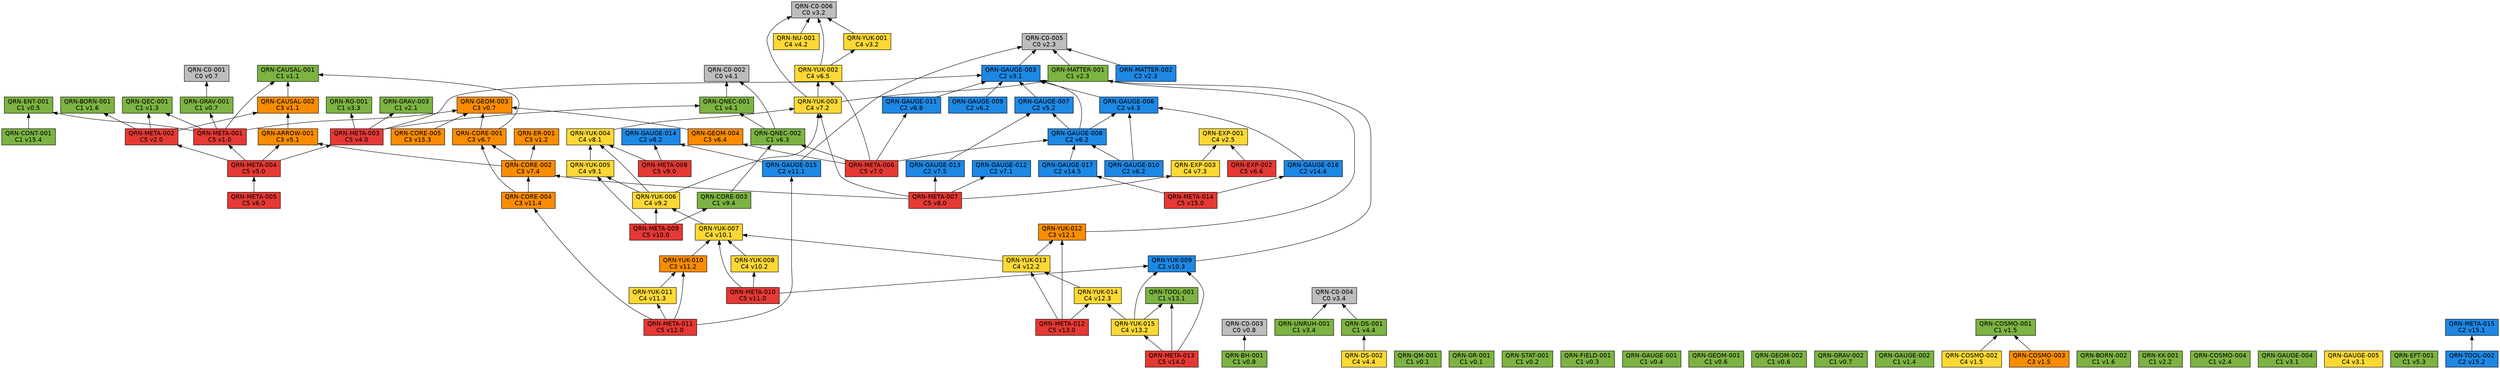
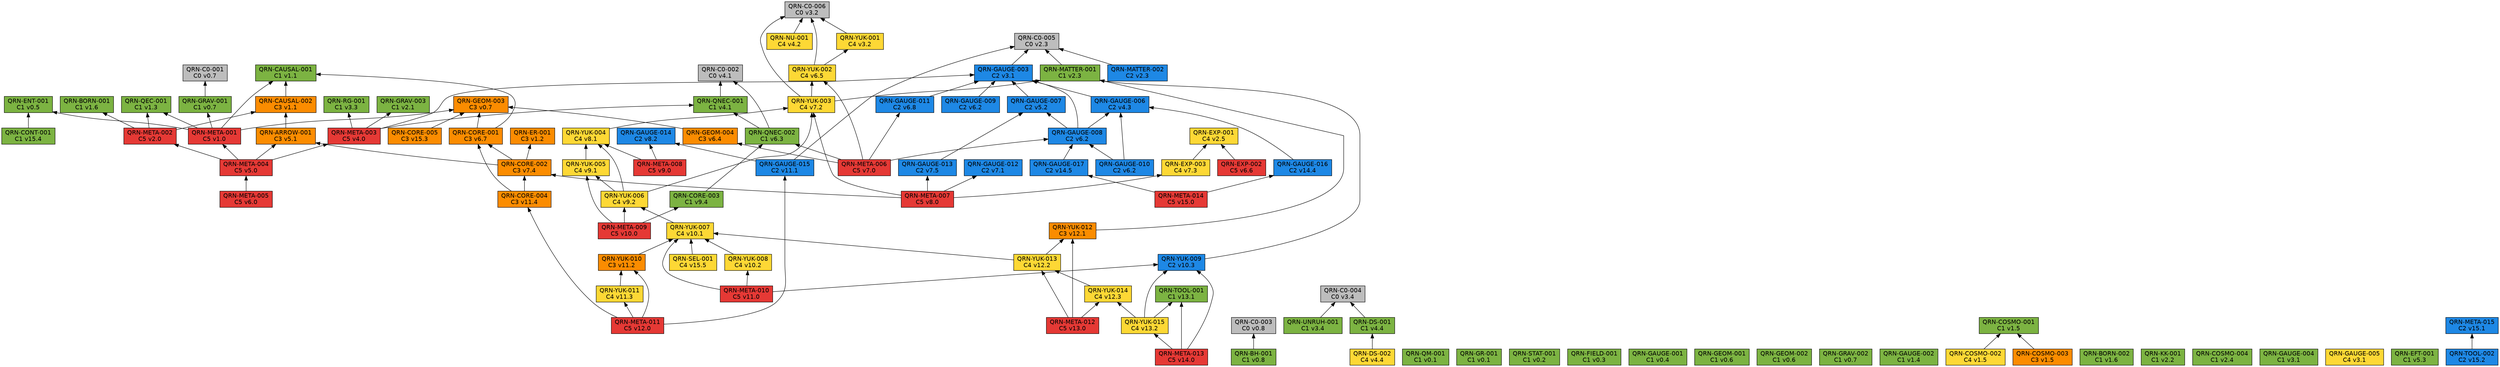
// 自動生成 (dag/report.pl) — QRN 主張依存グラフ
digraph qrn {
  rankdir=BT;
  node [shape=box, style=filled, fontname="Helvetica"];
  "QRN-C0-001" [fillcolor="#bdbdbd", label="QRN-C0-001\nC0 v0.7"];
  "QRN-C0-002" [fillcolor="#bdbdbd", label="QRN-C0-002\nC0 v4.1"];
  "QRN-C0-003" [fillcolor="#bdbdbd", label="QRN-C0-003\nC0 v0.8"];
  "QRN-C0-004" [fillcolor="#bdbdbd", label="QRN-C0-004\nC0 v3.4"];
  "QRN-C0-005" [fillcolor="#bdbdbd", label="QRN-C0-005\nC0 v2.3"];
  "QRN-C0-006" [fillcolor="#bdbdbd", label="QRN-C0-006\nC0 v3.2"];
  "QRN-QM-001" [fillcolor="#7cb342", label="QRN-QM-001\nC1 v0.1"];
  "QRN-GR-001" [fillcolor="#7cb342", label="QRN-GR-001\nC1 v0.1"];
  "QRN-STAT-001" [fillcolor="#7cb342", label="QRN-STAT-001\nC1 v0.2"];
  "QRN-FIELD-001" [fillcolor="#7cb342", label="QRN-FIELD-001\nC1 v0.3"];
  "QRN-GAUGE-001" [fillcolor="#7cb342", label="QRN-GAUGE-001\nC1 v0.4"];
  "QRN-ENT-001" [fillcolor="#7cb342", label="QRN-ENT-001\nC1 v0.5"];
  "QRN-GEOM-001" [fillcolor="#7cb342", label="QRN-GEOM-001\nC1 v0.6"];
  "QRN-GEOM-002" [fillcolor="#7cb342", label="QRN-GEOM-002\nC1 v0.6"];
  "QRN-GEOM-003" [fillcolor="#fb8c00", label="QRN-GEOM-003\nC3 v0.7"];
  "QRN-GRAV-001" [fillcolor="#7cb342", label="QRN-GRAV-001\nC1 v0.7"];
  "QRN-GRAV-002" [fillcolor="#7cb342", label="QRN-GRAV-002\nC1 v0.7"];
  "QRN-BH-001" [fillcolor="#7cb342", label="QRN-BH-001\nC1 v0.8"];
  "QRN-CAUSAL-001" [fillcolor="#7cb342", label="QRN-CAUSAL-001\nC1 v1.1"];
  "QRN-CAUSAL-002" [fillcolor="#fb8c00", label="QRN-CAUSAL-002\nC3 v1.1"];
  "QRN-ER-001" [fillcolor="#fb8c00", label="QRN-ER-001\nC3 v1.2"];
  "QRN-QEC-001" [fillcolor="#7cb342", label="QRN-QEC-001\nC1 v1.3"];
  "QRN-GAUGE-002" [fillcolor="#7cb342", label="QRN-GAUGE-002\nC1 v1.4"];
  "QRN-COSMO-001" [fillcolor="#7cb342", label="QRN-COSMO-001\nC1 v1.5"];
  "QRN-COSMO-002" [fillcolor="#fdd835", label="QRN-COSMO-002\nC4 v1.5"];
  "QRN-COSMO-003" [fillcolor="#fb8c00", label="QRN-COSMO-003\nC3 v1.5"];
  "QRN-BORN-001" [fillcolor="#7cb342", label="QRN-BORN-001\nC1 v1.6"];
  "QRN-BORN-002" [fillcolor="#7cb342", label="QRN-BORN-002\nC1 v1.6"];
  "QRN-GRAV-003" [fillcolor="#7cb342", label="QRN-GRAV-003\nC1 v2.1"];
  "QRN-KK-001" [fillcolor="#7cb342", label="QRN-KK-001\nC1 v2.2"];
  "QRN-MATTER-001" [fillcolor="#7cb342", label="QRN-MATTER-001\nC1 v2.3"];
  "QRN-MATTER-002" [fillcolor="#1e88e5", label="QRN-MATTER-002\nC2 v2.3"];
  "QRN-COSMO-004" [fillcolor="#7cb342", label="QRN-COSMO-004\nC1 v2.4"];
  "QRN-EXP-001" [fillcolor="#fdd835", label="QRN-EXP-001\nC4 v2.5"];
  "QRN-GAUGE-003" [fillcolor="#1e88e5", label="QRN-GAUGE-003\nC2 v3.1"];
  "QRN-GAUGE-004" [fillcolor="#7cb342", label="QRN-GAUGE-004\nC1 v3.1"];
  "QRN-GAUGE-005" [fillcolor="#fdd835", label="QRN-GAUGE-005\nC4 v3.1"];
  "QRN-YUK-001" [fillcolor="#fdd835", label="QRN-YUK-001\nC4 v3.2"];
  "QRN-RG-001" [fillcolor="#7cb342", label="QRN-RG-001\nC1 v3.3"];
  "QRN-UNRUH-001" [fillcolor="#7cb342", label="QRN-UNRUH-001\nC1 v3.4"];
  "QRN-QNEC-001" [fillcolor="#7cb342", label="QRN-QNEC-001\nC1 v4.1"];
  "QRN-NU-001" [fillcolor="#fdd835", label="QRN-NU-001\nC4 v4.2"];
  "QRN-GAUGE-006" [fillcolor="#1e88e5", label="QRN-GAUGE-006\nC2 v4.3"];
  "QRN-DS-001" [fillcolor="#7cb342", label="QRN-DS-001\nC1 v4.4"];
  "QRN-DS-002" [fillcolor="#fdd835", label="QRN-DS-002\nC4 v4.4"];
  "QRN-ARROW-001" [fillcolor="#fb8c00", label="QRN-ARROW-001\nC3 v5.1"];
  "QRN-GAUGE-007" [fillcolor="#1e88e5", label="QRN-GAUGE-007\nC2 v5.2"];
  "QRN-EFT-001" [fillcolor="#7cb342", label="QRN-EFT-001\nC1 v5.3"];
  "QRN-GAUGE-008" [fillcolor="#1e88e5", label="QRN-GAUGE-008\nC2 v6.2"];
  "QRN-GAUGE-009" [fillcolor="#1e88e5", label="QRN-GAUGE-009\nC2 v6.2"];
  "QRN-GAUGE-010" [fillcolor="#1e88e5", label="QRN-GAUGE-010\nC2 v6.2"];
  "QRN-QNEC-002" [fillcolor="#7cb342", label="QRN-QNEC-002\nC1 v6.3"];
  "QRN-GEOM-004" [fillcolor="#fb8c00", label="QRN-GEOM-004\nC3 v6.4"];
  "QRN-YUK-002" [fillcolor="#fdd835", label="QRN-YUK-002\nC4 v6.5"];
  "QRN-EXP-002" [fillcolor="#e53935", label="QRN-EXP-002\nC5 v6.6"];
  "QRN-CORE-001" [fillcolor="#fb8c00", label="QRN-CORE-001\nC3 v6.7"];
  "QRN-GAUGE-011" [fillcolor="#1e88e5", label="QRN-GAUGE-011\nC2 v6.8"];
  "QRN-GAUGE-012" [fillcolor="#1e88e5", label="QRN-GAUGE-012\nC2 v7.1"];
  "QRN-YUK-003" [fillcolor="#fdd835", label="QRN-YUK-003\nC4 v7.2"];
  "QRN-EXP-003" [fillcolor="#fdd835", label="QRN-EXP-003\nC4 v7.3"];
  "QRN-CORE-002" [fillcolor="#fb8c00", label="QRN-CORE-002\nC3 v7.4"];
  "QRN-GAUGE-013" [fillcolor="#1e88e5", label="QRN-GAUGE-013\nC2 v7.5"];
  "QRN-YUK-004" [fillcolor="#fdd835", label="QRN-YUK-004\nC4 v8.1"];
  "QRN-GAUGE-014" [fillcolor="#1e88e5", label="QRN-GAUGE-014\nC2 v8.2"];
  "QRN-META-001" [fillcolor="#e53935", label="QRN-META-001\nC5 v1.0"];
  "QRN-META-002" [fillcolor="#e53935", label="QRN-META-002\nC5 v2.0"];
  "QRN-META-003" [fillcolor="#e53935", label="QRN-META-003\nC5 v4.0"];
  "QRN-META-004" [fillcolor="#e53935", label="QRN-META-004\nC5 v5.0"];
  "QRN-META-005" [fillcolor="#e53935", label="QRN-META-005\nC5 v6.0"];
  "QRN-META-006" [fillcolor="#e53935", label="QRN-META-006\nC5 v7.0"];
  "QRN-META-007" [fillcolor="#e53935", label="QRN-META-007\nC5 v8.0"];
  "QRN-META-008" [fillcolor="#e53935", label="QRN-META-008\nC5 v9.0"];
  "QRN-YUK-005" [fillcolor="#fdd835", label="QRN-YUK-005\nC4 v9.1"];
  "QRN-YUK-006" [fillcolor="#fdd835", label="QRN-YUK-006\nC4 v9.2"];
  "QRN-CORE-003" [fillcolor="#7cb342", label="QRN-CORE-003\nC1 v9.4"];
  "QRN-META-009" [fillcolor="#e53935", label="QRN-META-009\nC5 v10.0"];
  "QRN-YUK-007" [fillcolor="#fdd835", label="QRN-YUK-007\nC4 v10.1"];
  "QRN-YUK-008" [fillcolor="#fdd835", label="QRN-YUK-008\nC4 v10.2"];
  "QRN-YUK-009" [fillcolor="#1e88e5", label="QRN-YUK-009\nC2 v10.3"];
  "QRN-META-010" [fillcolor="#e53935", label="QRN-META-010\nC5 v11.0"];
  "QRN-GAUGE-015" [fillcolor="#1e88e5", label="QRN-GAUGE-015\nC2 v11.1"];
  "QRN-YUK-010" [fillcolor="#fb8c00", label="QRN-YUK-010\nC3 v11.2"];
  "QRN-YUK-011" [fillcolor="#fdd835", label="QRN-YUK-011\nC4 v11.3"];
  "QRN-CORE-004" [fillcolor="#fb8c00", label="QRN-CORE-004\nC3 v11.4"];
  "QRN-META-011" [fillcolor="#e53935", label="QRN-META-011\nC5 v12.0"];
  "QRN-YUK-012" [fillcolor="#fb8c00", label="QRN-YUK-012\nC3 v12.1"];
  "QRN-YUK-013" [fillcolor="#fdd835", label="QRN-YUK-013\nC4 v12.2"];
  "QRN-YUK-014" [fillcolor="#fdd835", label="QRN-YUK-014\nC4 v12.3"];
  "QRN-META-012" [fillcolor="#e53935", label="QRN-META-012\nC5 v13.0"];
  "QRN-TOOL-001" [fillcolor="#7cb342", label="QRN-TOOL-001\nC1 v13.1"];
  "QRN-YUK-015" [fillcolor="#fdd835", label="QRN-YUK-015\nC4 v13.2"];
  "QRN-META-013" [fillcolor="#e53935", label="QRN-META-013\nC5 v14.0"];
  "QRN-GAUGE-016" [fillcolor="#1e88e5", label="QRN-GAUGE-016\nC2 v14.4"];
  "QRN-GAUGE-017" [fillcolor="#1e88e5", label="QRN-GAUGE-017\nC2 v14.5"];
  "QRN-META-014" [fillcolor="#e53935", label="QRN-META-014\nC5 v15.0"];
  "QRN-META-015" [fillcolor="#1e88e5", label="QRN-META-015\nC2 v15.1"];
  "QRN-TOOL-002" [fillcolor="#1e88e5", label="QRN-TOOL-002\nC2 v15.2"];
  "QRN-CORE-005" [fillcolor="#fb8c00", label="QRN-CORE-005\nC3 v15.3"];
  "QRN-CONT-001" [fillcolor="#7cb342", label="QRN-CONT-001\nC1 v15.4"];
+   "QRN-SEL-001" [fillcolor="#fdd835", label="QRN-SEL-001\nC4 v15.5"];
  "QRN-GRAV-001" -> "QRN-C0-001";
  "QRN-BH-001" -> "QRN-C0-003";
  "QRN-CAUSAL-002" -> "QRN-CAUSAL-001";
  "QRN-COSMO-002" -> "QRN-COSMO-001";
  "QRN-COSMO-003" -> "QRN-COSMO-001";
  "QRN-MATTER-001" -> "QRN-C0-005";
  "QRN-MATTER-002" -> "QRN-C0-005";
  "QRN-GAUGE-003" -> "QRN-C0-005";
  "QRN-YUK-001" -> "QRN-C0-006";
  "QRN-UNRUH-001" -> "QRN-C0-004";
  "QRN-QNEC-001" -> "QRN-C0-002";
  "QRN-NU-001" -> "QRN-C0-006";
  "QRN-GAUGE-006" -> "QRN-GAUGE-003";
  "QRN-DS-001" -> "QRN-C0-004";
  "QRN-DS-002" -> "QRN-DS-001";
  "QRN-ARROW-001" -> "QRN-CAUSAL-002";
  "QRN-GAUGE-007" -> "QRN-GAUGE-003";
  "QRN-GAUGE-008" -> "QRN-GAUGE-003";
  "QRN-GAUGE-008" -> "QRN-GAUGE-006";
  "QRN-GAUGE-008" -> "QRN-GAUGE-007";
  "QRN-GAUGE-009" -> "QRN-GAUGE-003";
  "QRN-GAUGE-010" -> "QRN-GAUGE-006";
  "QRN-GAUGE-010" -> "QRN-GAUGE-008";
  "QRN-QNEC-002" -> "QRN-C0-002";
  "QRN-QNEC-002" -> "QRN-QNEC-001";
  "QRN-GEOM-004" -> "QRN-GEOM-003";
  "QRN-YUK-002" -> "QRN-C0-006";
  "QRN-YUK-002" -> "QRN-YUK-001";
  "QRN-EXP-002" -> "QRN-EXP-001";
  "QRN-CORE-001" -> "QRN-GEOM-003";
  "QRN-CORE-001" -> "QRN-CAUSAL-001";
  "QRN-GAUGE-011" -> "QRN-GAUGE-003";
  "QRN-YUK-003" -> "QRN-C0-006";
  "QRN-YUK-003" -> "QRN-MATTER-001";
  "QRN-YUK-003" -> "QRN-YUK-002";
  "QRN-EXP-003" -> "QRN-EXP-001";
  "QRN-CORE-002" -> "QRN-CORE-001";
  "QRN-CORE-002" -> "QRN-ER-001";
  "QRN-CORE-002" -> "QRN-ARROW-001";
  "QRN-GAUGE-013" -> "QRN-GAUGE-007";
  "QRN-YUK-004" -> "QRN-YUK-003";
  "QRN-META-001" -> "QRN-GEOM-003";
  "QRN-META-001" -> "QRN-GRAV-001";
  "QRN-META-001" -> "QRN-CAUSAL-001";
  "QRN-META-001" -> "QRN-QEC-001";
  "QRN-META-001" -> "QRN-ENT-001";
  "QRN-META-002" -> "QRN-QEC-001";
  "QRN-META-002" -> "QRN-BORN-001";
  "QRN-META-002" -> "QRN-CAUSAL-002";
  "QRN-META-003" -> "QRN-GAUGE-003";
  "QRN-META-003" -> "QRN-RG-001";
  "QRN-META-003" -> "QRN-QNEC-001";
  "QRN-META-003" -> "QRN-GRAV-003";
  "QRN-META-004" -> "QRN-META-001";
  "QRN-META-004" -> "QRN-META-002";
  "QRN-META-004" -> "QRN-META-003";
  "QRN-META-004" -> "QRN-ARROW-001";
  "QRN-META-005" -> "QRN-META-004";
  "QRN-META-006" -> "QRN-GAUGE-008";
  "QRN-META-006" -> "QRN-QNEC-002";
  "QRN-META-006" -> "QRN-GEOM-004";
  "QRN-META-006" -> "QRN-YUK-002";
  "QRN-META-006" -> "QRN-GAUGE-011";
  "QRN-META-007" -> "QRN-GAUGE-012";
  "QRN-META-007" -> "QRN-YUK-003";
  "QRN-META-007" -> "QRN-EXP-003";
  "QRN-META-007" -> "QRN-CORE-002";
  "QRN-META-007" -> "QRN-GAUGE-013";
  "QRN-META-008" -> "QRN-YUK-004";
  "QRN-META-008" -> "QRN-GAUGE-014";
  "QRN-YUK-005" -> "QRN-YUK-004";
  "QRN-YUK-006" -> "QRN-YUK-003";
  "QRN-YUK-006" -> "QRN-YUK-004";
  "QRN-YUK-006" -> "QRN-YUK-005";
  "QRN-CORE-003" -> "QRN-QNEC-002";
  "QRN-META-009" -> "QRN-YUK-005";
  "QRN-META-009" -> "QRN-YUK-006";
  "QRN-META-009" -> "QRN-CORE-003";
  "QRN-YUK-007" -> "QRN-YUK-006";
  "QRN-YUK-008" -> "QRN-YUK-007";
  "QRN-YUK-009" -> "QRN-MATTER-001";
  "QRN-META-010" -> "QRN-YUK-007";
  "QRN-META-010" -> "QRN-YUK-008";
  "QRN-META-010" -> "QRN-YUK-009";
  "QRN-GAUGE-015" -> "QRN-C0-005";
  "QRN-GAUGE-015" -> "QRN-GAUGE-014";
  "QRN-YUK-010" -> "QRN-YUK-007";
  "QRN-YUK-011" -> "QRN-YUK-010";
  "QRN-CORE-004" -> "QRN-CORE-001";
  "QRN-CORE-004" -> "QRN-CORE-002";
  "QRN-META-011" -> "QRN-GAUGE-015";
  "QRN-META-011" -> "QRN-YUK-010";
  "QRN-META-011" -> "QRN-YUK-011";
  "QRN-META-011" -> "QRN-CORE-004";
  "QRN-YUK-012" -> "QRN-MATTER-001";
  "QRN-YUK-013" -> "QRN-YUK-012";
  "QRN-YUK-013" -> "QRN-YUK-007";
  "QRN-YUK-014" -> "QRN-YUK-013";
  "QRN-META-012" -> "QRN-YUK-012";
  "QRN-META-012" -> "QRN-YUK-013";
  "QRN-META-012" -> "QRN-YUK-014";
  "QRN-YUK-015" -> "QRN-YUK-014";
  "QRN-YUK-015" -> "QRN-TOOL-001";
  "QRN-YUK-015" -> "QRN-YUK-009";
  "QRN-META-013" -> "QRN-YUK-015";
  "QRN-META-013" -> "QRN-TOOL-001";
  "QRN-META-013" -> "QRN-YUK-009";
  "QRN-GAUGE-016" -> "QRN-GAUGE-006";
  "QRN-GAUGE-017" -> "QRN-GAUGE-008";
  "QRN-META-014" -> "QRN-GAUGE-016";
  "QRN-META-014" -> "QRN-GAUGE-017";
  "QRN-TOOL-002" -> "QRN-META-015";
  "QRN-CORE-005" -> "QRN-GEOM-003";
  "QRN-CONT-001" -> "QRN-ENT-001";
+   "QRN-SEL-001" -> "QRN-YUK-007";
}
